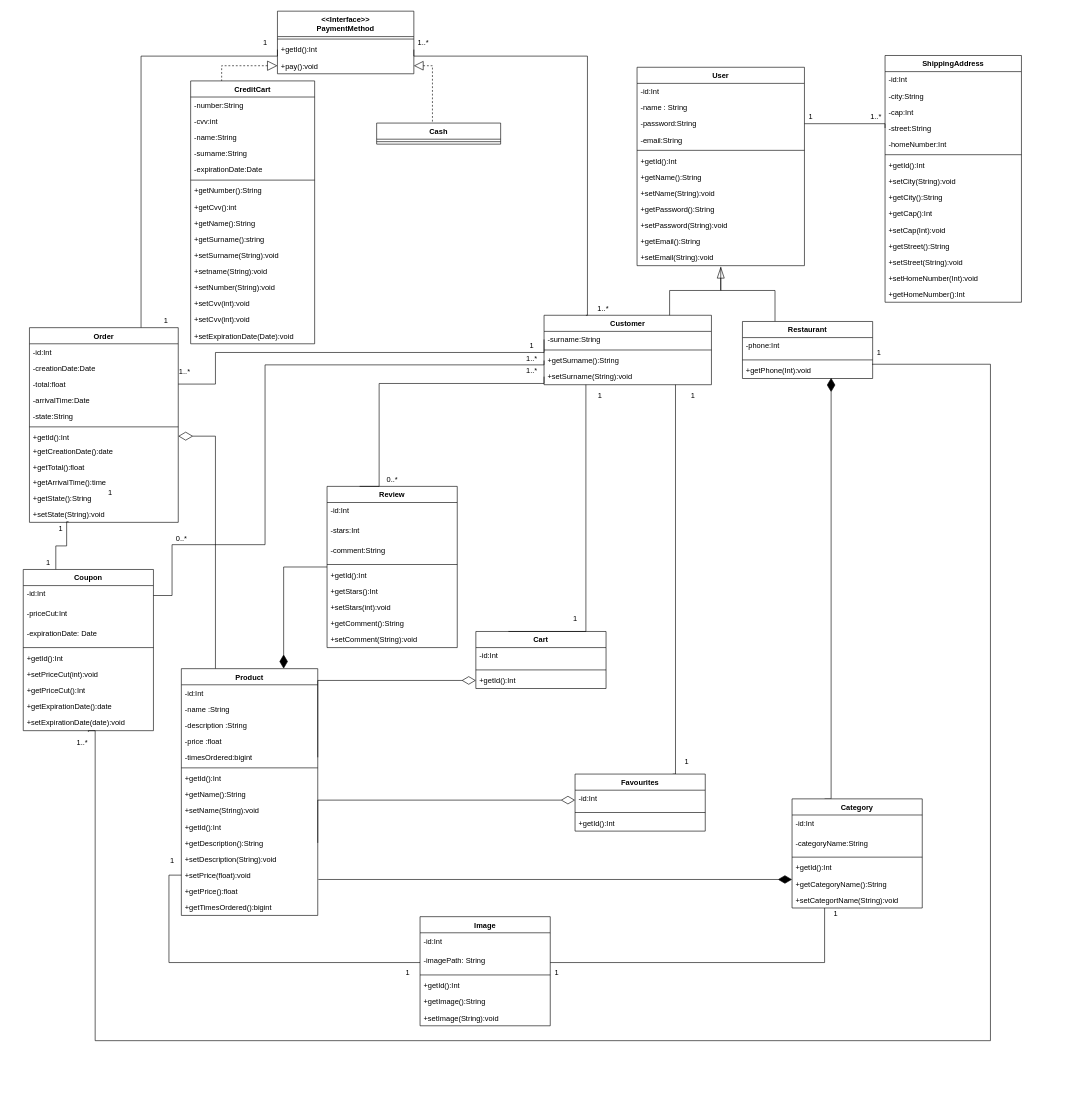
Above: documentazione/Diagrammi/TasteIt-classD(1).drawio in Flacaro/TasteIt (draw.io), before the change. Source tidied: cells renumbered, new cells numbered last; positions are measured from the earlier drawing's top-left corner, leaving out a move shared by most shapes. Both pictures are drawn from the tidied source at 62%, with x=0, y=0 at pixel (23, 11).
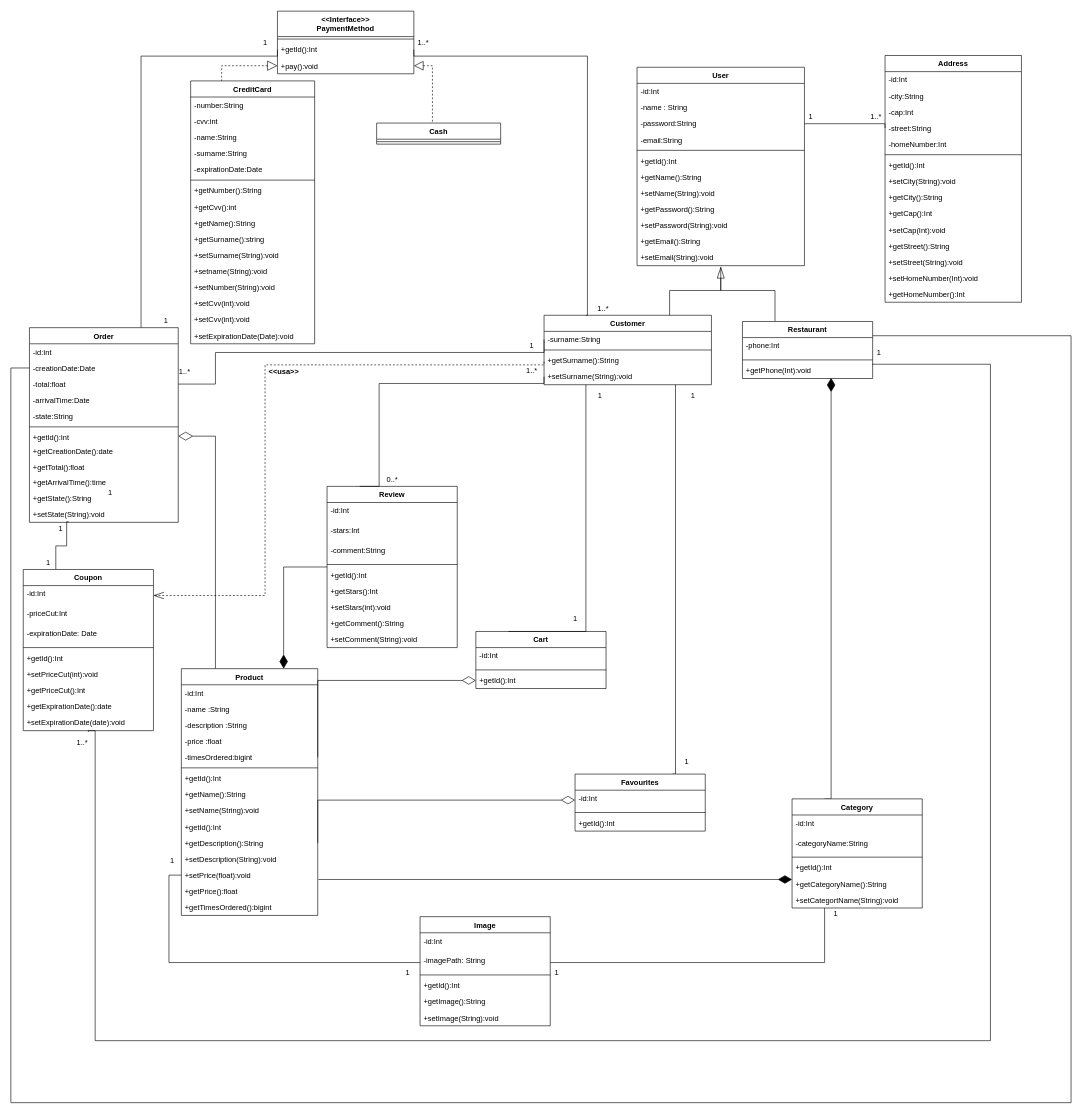
After the change.

Unchanged cells that the change refers to:
```xml
<mxCell id="5" value="-creationDate:Date" style="text;strokeColor=none;fillColor=none;align=left;verticalAlign=top;spacingLeft=4;spacingRight=4;overflow=hidden;points=[[0,0.5],[1,0.5]];portConstraint=eastwest;" parent="3" vertex="1">
  <mxGeometry y="52" width="240" height="26" as="geometry" />
</mxCell>
<mxCell id="24" value="+getSurname():String" style="text;strokeColor=none;fillColor=none;align=left;verticalAlign=top;spacingLeft=4;spacingRight=4;overflow=hidden;points=[[0,0.5],[1,0.5]];portConstraint=eastwest;" parent="21" vertex="1">
  <mxGeometry y="60" width="270" height="26" as="geometry" />
</mxCell>
<mxCell id="76" value="-id:Int" style="text;strokeColor=none;fillColor=none;align=left;verticalAlign=top;spacingLeft=4;spacingRight=4;overflow=hidden;points=[[0,0.5],[1,0.5]];portConstraint=eastwest;" parent="75" vertex="1">
  <mxGeometry y="26" width="210" height="32" as="geometry" />
</mxCell>
<mxCell id="90" value="Restaurant" style="swimlane;fontStyle=1;align=center;verticalAlign=top;horizontal=1;startSize=26;" parent="1" vertex="1">
  <mxGeometry x="1160" y="500" width="210" height="92" as="geometry" />
</mxCell>
```

Diff of the diagram source:
```diff
@@
-    <mxCell id="49" value="ShippingAddress" style="swimlane;fontStyle=1;align=center;verticalAlign=top;horizontal=1;startSize=26;" parent="1" vertex="1">
+    <mxCell id="49" value="Address" style="swimlane;fontStyle=1;align=center;verticalAlign=top;horizontal=1;startSize=26;" parent="1" vertex="1">
       <mxGeometry x="1390" y="71" width="220" height="398" as="geometry" />
     </mxCell>
@@
-    <mxCell id="107" style="edgeStyle=orthogonalEdgeStyle;rounded=0;jettySize=auto;html=1;exitX=1;exitY=0.5;exitDx=0;exitDy=0;endArrow=none;endFill=0;endSize=20;entryX=0;entryY=0.5;entryDx=0;entryDy=0;" parent="1" edge="1" source="76" target="24">
+    <mxCell id="107" style="edgeStyle=orthogonalEdgeStyle;rounded=0;jettySize=auto;html=1;exitX=1;exitY=0.5;exitDx=0;exitDy=0;endArrow=none;endFill=0;endSize=28;entryX=0;entryY=0.5;entryDx=0;entryDy=0;dashed=1;startArrow=openThin;startFill=0;startSize=15;targetPerimeterSpacing=8;sourcePerimeterSpacing=7;" parent="1" edge="1" source="76" target="24">
       <mxGeometry relative="1" as="geometry">
         <Array as="points">
-          <mxPoint x="240" y="942" />
-          <mxPoint x="240" y="860" />
-          <mxPoint x="390" y="860" />
+          <mxPoint x="390" y="942" />
           <mxPoint x="390" y="570" />
           <mxPoint x="840" y="570" />
         </Array>
       </mxGeometry>
     </mxCell>
@@
-    <mxCell id="113" value="0..*" style="text;html=1;align=center;verticalAlign=middle;strokeColor=none;" parent="1" vertex="1">
-      <mxGeometry x="240" y="840" width="30" height="20" as="geometry" />
-    </mxCell>
@@
-    <mxCell id="155" value="1..*" style="text;html=1;align=center;verticalAlign=middle;strokeColor=none;fillColor=none;" parent="1" vertex="1">
-      <mxGeometry x="805" y="550" width="30" height="20" as="geometry" />
-    </mxCell>
@@
-    <mxCell id="159" value="CreditCart" style="swimlane;fontStyle=1;align=center;verticalAlign=top;horizontal=1;startSize=26;" parent="1" vertex="1">
+    <mxCell id="159" value="CreditCard" style="swimlane;fontStyle=1;align=center;verticalAlign=top;horizontal=1;startSize=26;" parent="1" vertex="1">
       <mxGeometry x="270" y="112" width="200" height="424" as="geometry" />
     </mxCell>
@@
+    <mxCell id="181" value="&lt;span style=&quot;font-weight: 700&quot;&gt;&amp;lt;&amp;lt;usa&amp;gt;&amp;gt;&lt;/span&gt;" style="text;html=1;align=center;verticalAlign=middle;strokeColor=none;fillColor=none;" parent="1" vertex="1">
+      <mxGeometry x="390" y="572" width="60" height="20" as="geometry" />
+    </mxCell>
+    <mxCell id="182" style="edgeStyle=orthogonalEdgeStyle;rounded=0;jettySize=auto;html=1;exitX=0;exitY=0.5;exitDx=0;exitDy=0;entryX=1;entryY=0.25;entryDx=0;entryDy=0;startArrow=none;startFill=0;endArrow=none;endFill=0;startSize=15;endSize=28;sourcePerimeterSpacing=7;targetPerimeterSpacing=8;" parent="1" edge="1" source="5" target="90">
+      <mxGeometry relative="1" as="geometry">
+        <Array as="points">
+          <mxPoint x="-20" y="575" />
+          <mxPoint x="-20" y="1760" />
+          <mxPoint x="1690" y="1760" />
+          <mxPoint x="1690" y="523" />
+        </Array>
+      </mxGeometry>
+    </mxCell>
```
